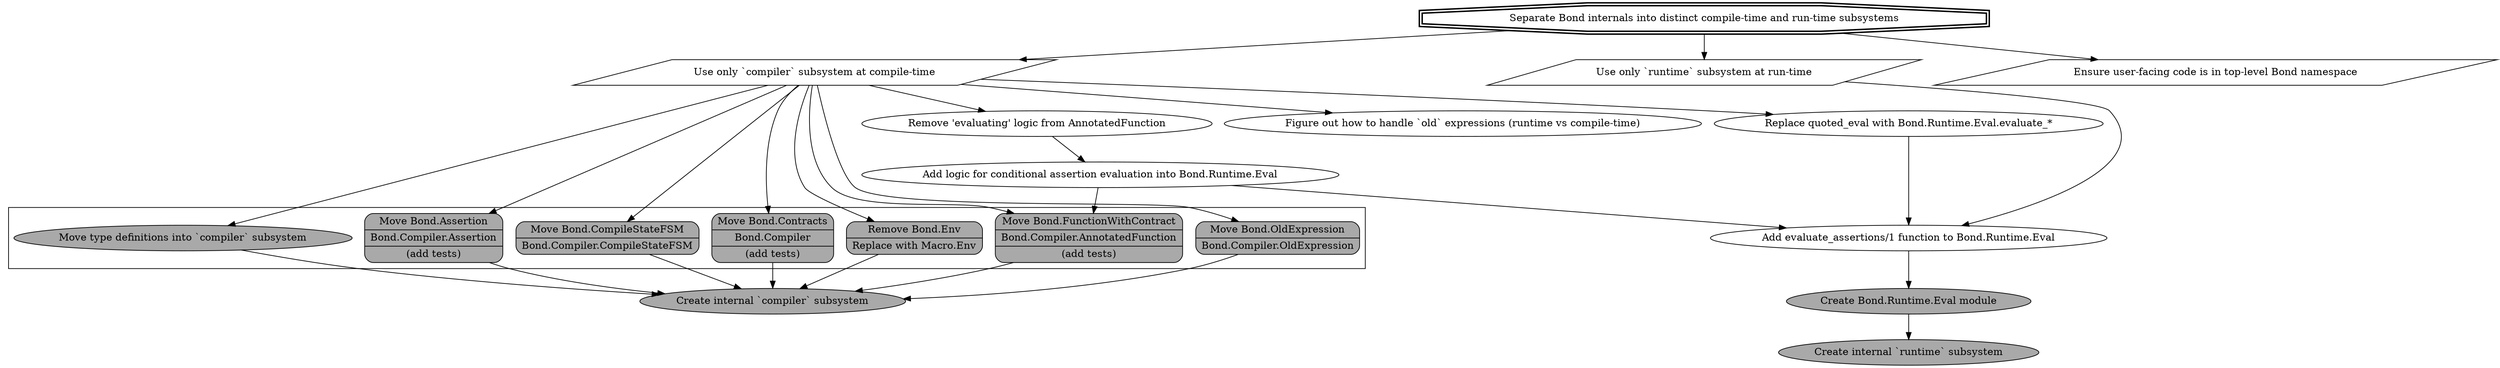
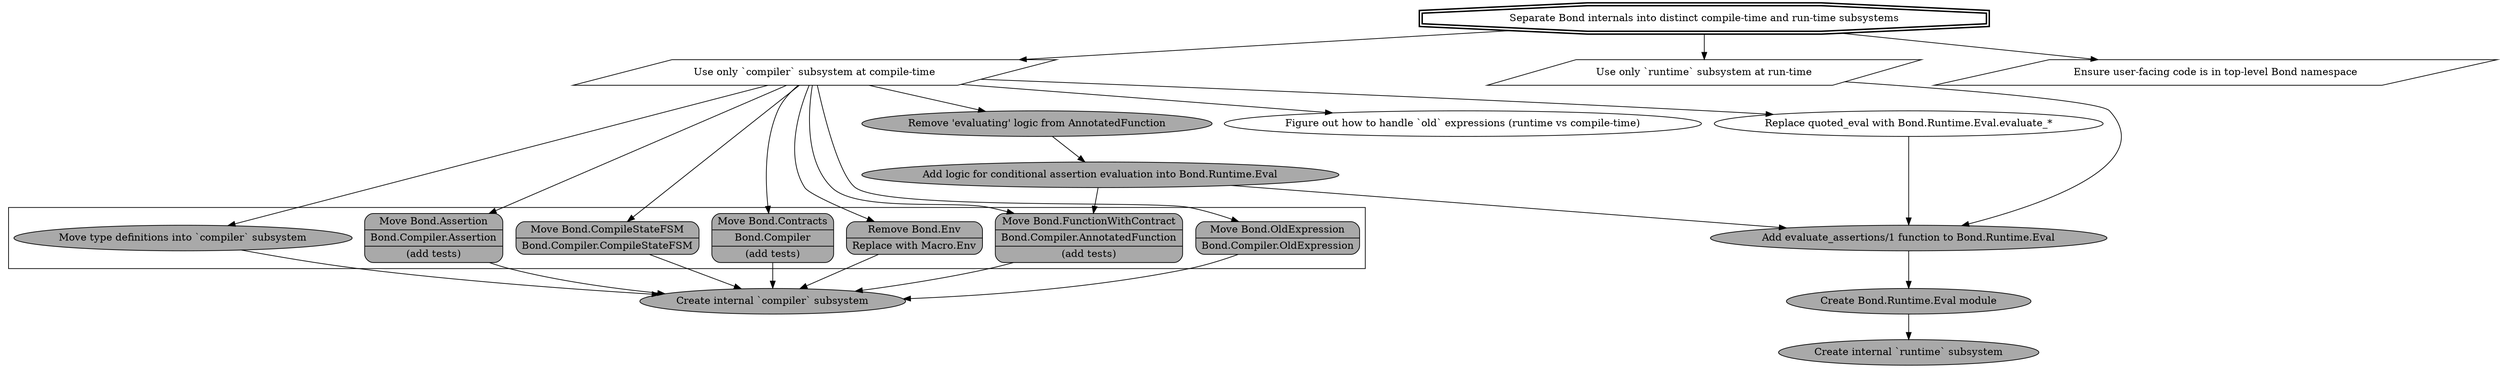
digraph {
  goal [label="Separate Bond internals into distinct compile-time and run-time subsystems", style=bold, shape=doubleoctagon]
  compiler_subsystem [label="Create internal `compiler` subsystem", fillcolor=darkgrey, style=filled]
  runtime_subsystem [label="Create internal `runtime` subsystem", fillcolor=darkgrey, style=filled]

  compile_time [label="Use only `compiler` subsystem at compile-time", shape=parallelogram]
  run_time [label="Use only `runtime` subsystem at run-time", shape=parallelogram]
  user_code [label="Ensure user-facing code is in top-level Bond namespace", shape=parallelogram]

  subgraph cluster_move_compiler_defs {
    move_type_defs [label="Move type definitions into `compiler` subsystem", fillcolor=darkgrey, style=filled]
    move_assertion [shape=Mrecord, label="{Move Bond.Assertion|Bond.Compiler.Assertion|(add tests)}", fillcolor=darkgrey, style=filled]
    move_compiler_fsm [shape=Mrecord, label="{Move Bond.CompileStateFSM|Bond.Compiler.CompileStateFSM}", fillcolor=darkgrey, style=filled]
    move_contracts [shape=Mrecord, label="{Move Bond.Contracts|Bond.Compiler|(add tests)}", fillcolor=darkgrey, style=filled]
    remove_env [shape=Mrecord, label="{Remove Bond.Env|Replace with Macro.Env}", fillcolor=darkgrey, style=filled]
    move_function_with_contract [shape=Mrecord, label="{Move Bond.FunctionWithContract|Bond.Compiler.AnnotatedFunction|(add tests)}", fillcolor=darkgrey, style=filled]
    move_old_expression [shape=Mrecord, label="{Move Bond.OldExpression|Bond.Compiler.OldExpression}", fillcolor=darkgrey, style=filled]
  }

-   remove_evaluating_logic [label="Remove 'evaluating' logic from AnnotatedFunction"]
+   remove_evaluating_logic [label="Remove 'evaluating' logic from AnnotatedFunction", fillcolor=darkgrey style=filled]
  // annotated_function_multi_clause [label="AnnotatedFunction represents all clauses of a function"]

  create_bond_eval [label="Create Bond.Runtime.Eval module", fillcolor=darkgrey, style=filled]
-   add_eval_functions_to_bond_eval [label="Add evaluate_assertions/1 function to Bond.Runtime.Eval"]
+   add_eval_functions_to_bond_eval [label="Add evaluate_assertions/1 function to Bond.Runtime.Eval", fillcolor=darkgrey style=filled]
  handle_old_expressions [label="Figure out how to handle `old` expressions (runtime vs compile-time)"]
  replace_quoted_eval [label="Replace quoted_eval with Bond.Runtime.Eval.evaluate_*"]
-   add_evaluating_logic [label="Add logic for conditional assertion evaluation into Bond.Runtime.Eval"]
+   add_evaluating_logic [label="Add logic for conditional assertion evaluation into Bond.Runtime.Eval", fillcolor=darkgrey style=filled]

  goal -> compile_time -> {move_assertion move_compiler_fsm move_contracts remove_env move_function_with_contract move_old_expression move_type_defs} -> compiler_subsystem
  compile_time -> remove_evaluating_logic -> add_evaluating_logic -> {move_function_with_contract add_eval_functions_to_bond_eval}
  compile_time -> {replace_quoted_eval handle_old_expressions}
  replace_quoted_eval -> add_eval_functions_to_bond_eval
  goal -> run_time -> add_eval_functions_to_bond_eval -> create_bond_eval -> runtime_subsystem
  goal -> user_code
}
